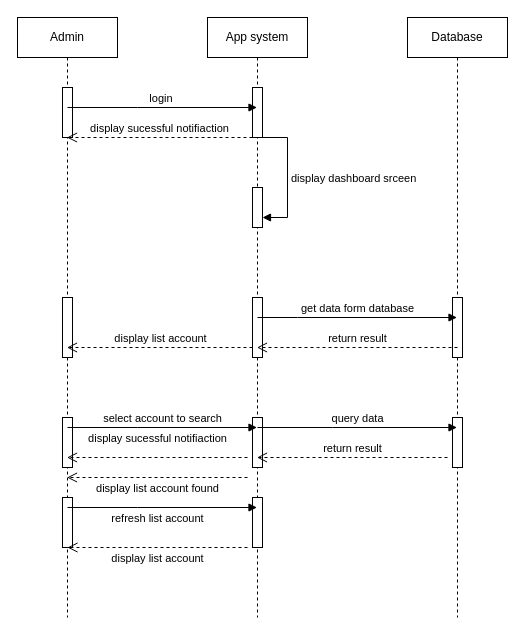
The draw.io diagram page "Page-4" (7 of 10) of diagram/Sequence Diagram 3.drawio in duongminhthanh/app_system_management_visitor_for_old_aparment, before the edit. Source tidied: cells renumbered, new cells numbered last; positions are measured from the earlier drawing's top-left corner, leaving out a move shared by most shapes. Both pictures are drawn from the tidied source at 100%, with x=0, y=0 at pixel (17, 17).
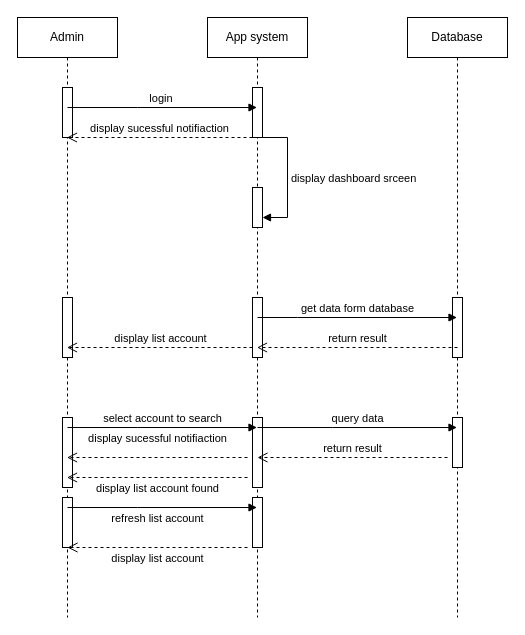
The same diagram, later.

The change refers to these unchanged cells:
```xml
<mxCell id="2" value="Admin" style="shape=umlLifeline;perimeter=lifelinePerimeter;whiteSpace=wrap;html=1;outlineConnect=0;portConstraint=eastwest;newEdgeStyle={&quot;edgeStyle&quot;:&quot;elbowEdgeStyle&quot;,&quot;elbow&quot;:&quot;vertical&quot;,&quot;curved&quot;:0,&quot;rounded&quot;:0};" parent="1" vertex="1">
  <mxGeometry width="100" height="600" as="geometry" />
</mxCell>
<mxCell id="7" value="App system" style="shape=umlLifeline;perimeter=lifelinePerimeter;whiteSpace=wrap;html=1;outlineConnect=0;portConstraint=eastwest;newEdgeStyle={&quot;edgeStyle&quot;:&quot;elbowEdgeStyle&quot;,&quot;elbow&quot;:&quot;vertical&quot;,&quot;curved&quot;:0,&quot;rounded&quot;:0};" parent="1" vertex="1">
  <mxGeometry x="190" width="100" height="600" as="geometry" />
</mxCell>
```

What changed in the source:
```diff
@@
     <mxCell id="5" style="html=1;perimeter=orthogonalPerimeter;targetShapes=umlLifeline;newEdgeStyle={&quot;edgeStyle&quot;:&quot;elbowEdgeStyle&quot;,&quot;elbow&quot;:&quot;vertical&quot;,&quot;curved&quot;:0,&quot;rounded&quot;:0};" parent="2" vertex="1">
-      <mxGeometry x="45" y="400" width="10" height="50" as="geometry" />
+      <mxGeometry x="45" y="400" width="10" height="70" as="geometry" />
     </mxCell>
@@
     <mxCell id="12" style="html=1;perimeter=orthogonalPerimeter;targetShapes=umlLifeline;newEdgeStyle={&quot;edgeStyle&quot;:&quot;elbowEdgeStyle&quot;,&quot;elbow&quot;:&quot;vertical&quot;,&quot;curved&quot;:0,&quot;rounded&quot;:0};" parent="7" vertex="1">
-      <mxGeometry x="45" y="400" width="10" height="50" as="geometry" />
+      <mxGeometry x="45" y="400" width="10" height="70" as="geometry" />
     </mxCell>
@@
-    <mxCell id="24" value="return result" style="html=1;verticalAlign=bottom;endArrow=open;dashed=1;endSize=8;edgeStyle=elbowEdgeStyle;elbow=vertical;curved=0;rounded=0;" parent="1" edge="1" target="7">
+    <mxCell id="24" value="return result" style="html=1;verticalAlign=bottom;endArrow=open;dashed=1;endSize=8;edgeStyle=elbowEdgeStyle;elbow=vertical;curved=0;rounded=0;" parent="1" edge="1">
       <mxGeometry relative="1" as="geometry">
         <mxPoint x="430" y="440" as="sourcePoint" />
+        <mxPoint x="240" y="440" as="targetPoint" />
       </mxGeometry>
     </mxCell>
```
